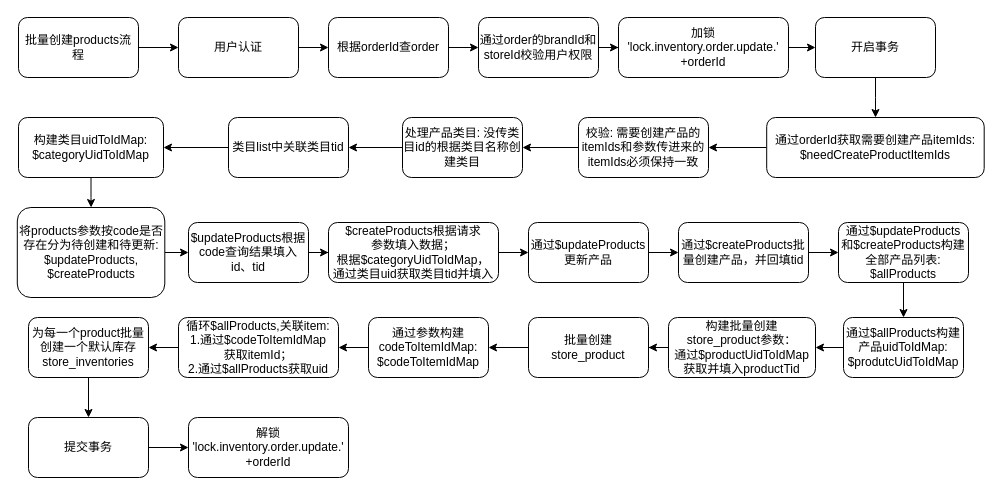
Above: 批量创建inventory_order_items的products.drawio in lecoboy/drawio (draw.io), before the change. Source tidied: cells renumbered, new cells numbered last; positions are measured from the earlier drawing's top-left corner, leaving out a move shared by most shapes. Both pictures are drawn from the tidied source at 100%, with x=0, y=0 at pixel (17, 17).
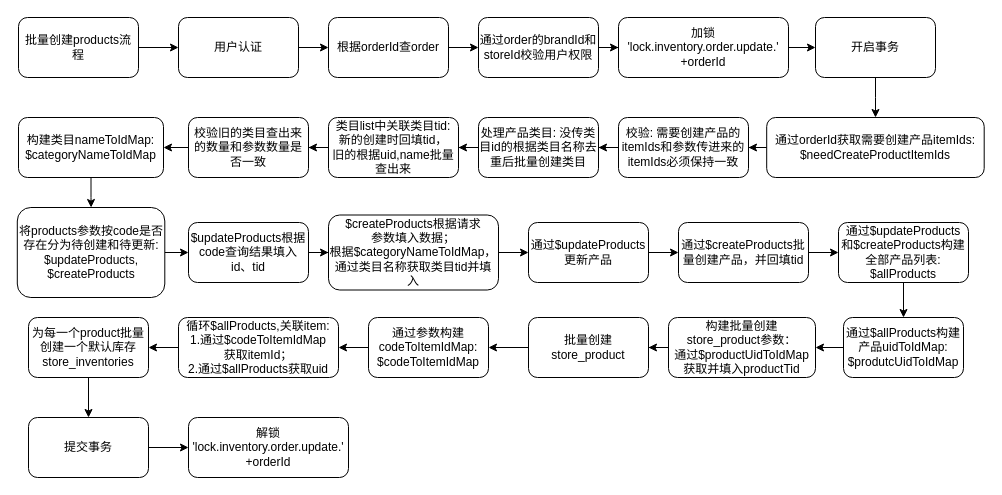
Above is the later version.

Commit message (it also covers changes not shown here):
更新批量创建inventory_order_items的products.drawio

Change to the diagram source:
```diff
@@
     <mxCell id="17" value="校验:&amp;nbsp;需要创建产品的itemIds和参数传进来的itemIds必须保持一致" style="whiteSpace=wrap;html=1;rounded=1;" parent="1" vertex="1">
-      <mxGeometry x="561" y="100" width="130" height="60" as="geometry" />
+      <mxGeometry x="601" y="100" width="130" height="60" as="geometry" />
     </mxCell>
@@
-    <mxCell id="19" value="处理产品类目: 没传类目id的根据类目名称创建类目" style="whiteSpace=wrap;html=1;rounded=1;" parent="1" vertex="1">
-      <mxGeometry x="385" y="100" width="120" height="60" as="geometry" />
+    <mxCell id="19" value="处理产品类目: 没传类目id的根据类目名称去重后批量创建类目" style="whiteSpace=wrap;html=1;rounded=1;" parent="1" vertex="1">
+      <mxGeometry x="461" y="100" width="120" height="60" as="geometry" />
     </mxCell>
-    <mxCell id="20" style="edgeStyle=orthogonalEdgeStyle;rounded=0;jettySize=auto;html=1;fontFamily=Helvetica;fontSize=12;fontColor=default;" parent="1" edge="1" source="21" target="23">
-      <mxGeometry relative="1" as="geometry" />
-    </mxCell>
+    <mxCell id="51" style="edgeStyle=orthogonalEdgeStyle;rounded=0;jettySize=auto;html=1;fontFamily=Helvetica;fontSize=12;fontColor=default;" parent="1" edge="1" source="21" target="53">
+      <mxGeometry relative="1" as="geometry" />
+    </mxCell>
-    <mxCell id="21" value="类目list中关联类目tid" style="whiteSpace=wrap;html=1;rounded=1;" parent="1" vertex="1">
-      <mxGeometry x="211" y="100" width="120" height="60" as="geometry" />
+    <mxCell id="21" value="类目list中关联类目tid:&lt;div&gt;新的创建时回填tid，&lt;br&gt;旧的根据uid,name批量查出来&lt;/div&gt;" style="whiteSpace=wrap;html=1;rounded=1;" parent="1" vertex="1">
+      <mxGeometry x="311" y="100" width="130" height="60" as="geometry" />
     </mxCell>
@@
-    <mxCell id="23" value="构建类目uidToIdMap:&lt;div&gt;$categoryUidToIdMap&lt;/div&gt;" style="whiteSpace=wrap;html=1;rounded=1;" parent="1" vertex="1">
+    <mxCell id="23" value="构建类目nameToIdMap:&lt;div&gt;$categoryNameToIdMap&lt;/div&gt;" style="whiteSpace=wrap;html=1;rounded=1;" parent="1" vertex="1">
       <mxGeometry x="1" y="100" width="145" height="60" as="geometry" />
     </mxCell>
@@
-    <mxCell id="29" value="$createProducts根据请求&lt;div&gt;参数填入数据；&lt;div&gt;根据&lt;span style=&quot;background-color: initial;&quot;&gt;$categoryUidToIdMap，&lt;/span&gt;&lt;/div&gt;&lt;div&gt;&lt;span style=&quot;background-color: initial;&quot;&gt;通过类目uid获取类目tid并填入&lt;/span&gt;&lt;/div&gt;&lt;/div&gt;" style="whiteSpace=wrap;html=1;rounded=1;" parent="1" vertex="1">
-      <mxGeometry x="311" y="205" width="170" height="60" as="geometry" />
+    <mxCell id="29" value="$createProducts根据请求&lt;div&gt;参数填入数据；&lt;div&gt;根据&lt;span style=&quot;background-color: initial;&quot;&gt;$categoryNameToIdMap，&lt;/span&gt;&lt;/div&gt;&lt;div&gt;&lt;span style=&quot;background-color: initial;&quot;&gt;通过类目名称获取类目tid并填入&lt;/span&gt;&lt;/div&gt;&lt;/div&gt;" style="whiteSpace=wrap;html=1;rounded=1;" parent="1" vertex="1">
+      <mxGeometry x="311" y="197.5" width="170" height="75" as="geometry" />
     </mxCell>
@@
+    <mxCell id="52" style="edgeStyle=orthogonalEdgeStyle;rounded=0;jettySize=auto;html=1;fontFamily=Helvetica;fontSize=12;fontColor=default;" parent="1" edge="1" source="53" target="23">
+      <mxGeometry relative="1" as="geometry" />
+    </mxCell>
+    <mxCell id="53" value="校验旧的类目查出来的数量和参数数量是否一致" style="whiteSpace=wrap;html=1;rounded=1;" parent="1" vertex="1">
+      <mxGeometry x="171" y="100" width="120" height="60" as="geometry" />
+    </mxCell>
```
